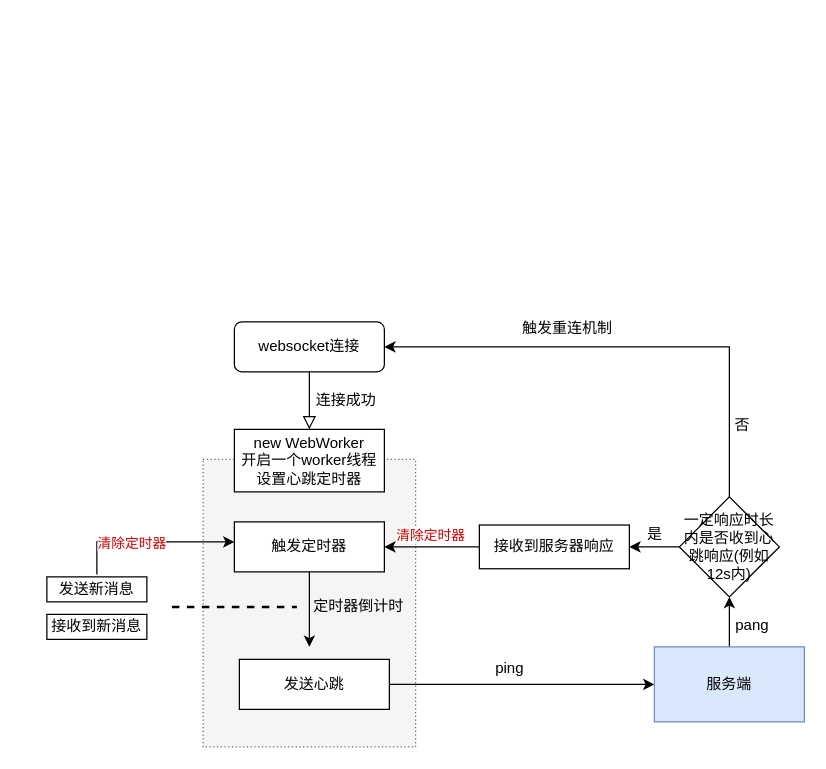
Above: IM.drawio in simqifeng/somenote (draw.io), before the change. Source tidied: cells renumbered, new cells numbered last; positions are measured from the earlier drawing's top-left corner, leaving out a move shared by most shapes. Both pictures are drawn from the tidied source at 125%, with x=0, y=0 at pixel (46, 309).
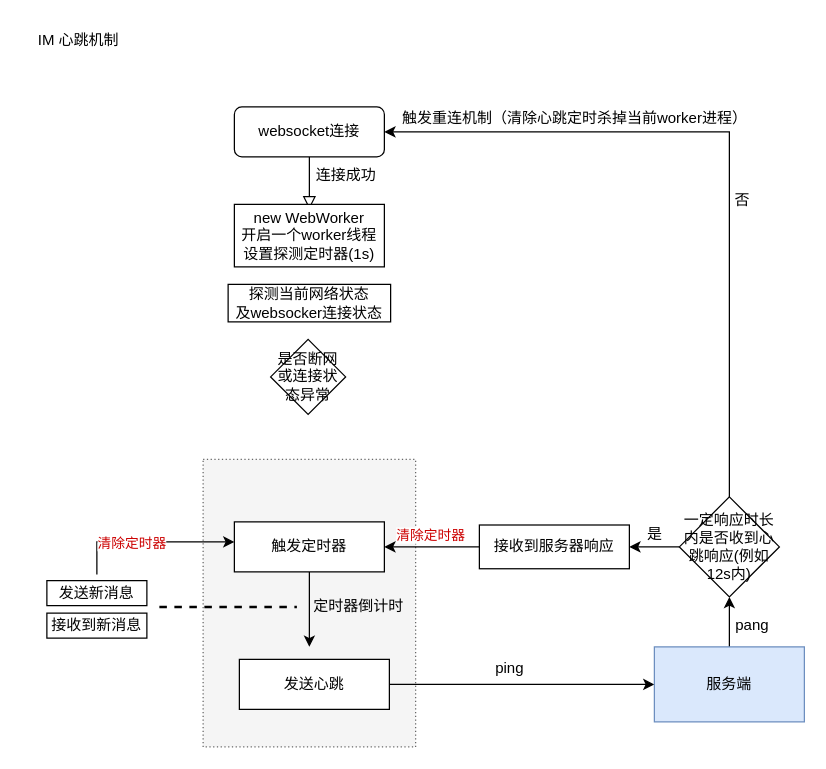
The same diagram, later.

Commit message:
更新IM心跳机制.drawio

The change refers to these unchanged cells:
```xml
<mxCell id="25" value="一定响应时长内是否收到心跳响应(例如12s内)" style="rhombus;whiteSpace=wrap;html=1;rounded=0;" parent="1" vertex="1">
  <mxGeometry x="506" y="150" width="80" height="80" as="geometry" />
</mxCell>
```

Change to the diagram source:
```diff
@@
-    <mxCell id="3" style="rounded=0;html=1;jettySize=auto;fontSize=11;endArrow=block;endFill=0;endSize=8;strokeWidth=1;shadow=0;labelBackgroundColor=none;edgeStyle=orthogonalEdgeStyle;entryX=0.5;entryY=0;entryDx=0;entryDy=0;" parent="1" edge="1" source="4" target="6">
-      <mxGeometry relative="1" as="geometry" />
+    <mxCell id="3" style="rounded=0;html=1;jettySize=auto;fontSize=11;endArrow=block;endFill=0;endSize=8;strokeWidth=1;shadow=0;labelBackgroundColor=none;edgeStyle=orthogonalEdgeStyle;" parent="1" edge="1" source="4">
+      <mxGeometry relative="1" as="geometry">
+        <mxPoint x="210" y="-80" as="targetPoint" />
+      </mxGeometry>
     </mxCell>
     <mxCell id="4" value="websocket连接" style="rounded=1;whiteSpace=wrap;html=1;fontSize=12;glass=0;strokeWidth=1;shadow=0;" parent="1" vertex="1">
-      <mxGeometry x="150" y="10" width="120" height="40" as="geometry" />
+      <mxGeometry x="150" y="-162" width="120" height="40" as="geometry" />
     </mxCell>
     <mxCell id="5" value="连接成功" style="text;html=1;align=center;verticalAlign=middle;strokeColor=none;fillColor=none;" parent="1" vertex="1">
-      <mxGeometry x="204" y="58" width="70" height="30" as="geometry" />
+      <mxGeometry x="204" y="-122" width="70" height="30" as="geometry" />
     </mxCell>
-    <mxCell id="6" value="new WebWorker&lt;br&gt;开启一个worker线程&lt;br&gt;设置心跳定时器" style="rounded=0;whiteSpace=wrap;html=1;" parent="1" vertex="1">
-      <mxGeometry x="150" y="96" width="120" height="50" as="geometry" />
+    <mxCell id="6" value="new WebWorker&lt;br&gt;开启一个worker线程&lt;br&gt;设置探测定时器(1s)" style="rounded=0;whiteSpace=wrap;html=1;" parent="1" vertex="1">
+      <mxGeometry x="150" y="-84" width="120" height="50" as="geometry" />
     </mxCell>
@@
-    <mxCell id="14" style="group;" parent="1" vertex="1">
-      <mxGeometry x="40" y="216" width="90" height="50" as="geometry" />
-    </mxCell>
-    <mxCell id="15" value="发送新消息" style="rounded=0;whiteSpace=wrap;html=1;" parent="14" vertex="1">
-      <mxGeometry x="-40" y="-2" width="80" height="20" as="geometry" />
-    </mxCell>
-    <mxCell id="16" value="接收到新消息" style="rounded=0;whiteSpace=wrap;html=1;" parent="14" vertex="1">
-      <mxGeometry x="-40" y="28" width="80" height="20" as="geometry" />
-    </mxCell>
     <mxCell id="17" style="line;strokeWidth=2;html=1;perimeter=backbonePerimeter;dashed=1;" parent="1" vertex="1">
-      <mxGeometry x="100" y="233" width="100" height="10" as="geometry" />
+      <mxGeometry x="90" y="233" width="110" height="10" as="geometry" />
     </mxCell>
@@
     <mxCell id="24" style="edgeStyle=orthogonalEdgeStyle;rounded=0;jettySize=auto;html=1;entryX=1;entryY=0.5;entryDx=0;entryDy=0;" parent="1" edge="1" source="25" target="4">
       <mxGeometry relative="1" as="geometry">
         <Array as="points">
-          <mxPoint x="546" y="30" />
+          <mxPoint x="546" y="-142" />
         </Array>
       </mxGeometry>
     </mxCell>
@@
-    <mxCell id="27" value="触发重连机制" style="text;html=1;align=center;verticalAlign=middle;strokeColor=none;fillColor=none;" parent="1" vertex="1">
-      <mxGeometry x="366" width="100" height="30" as="geometry" />
+    <mxCell id="27" value="触发重连机制（清除心跳定时杀掉当前worker进程）" style="text;html=1;align=center;verticalAlign=middle;strokeColor=none;fillColor=none;" parent="1" vertex="1">
+      <mxGeometry x="272" y="-168" width="300" height="30" as="geometry" />
     </mxCell>
     <mxCell id="28" value="否" style="text;html=1;align=center;verticalAlign=middle;strokeColor=none;fillColor=none;" parent="1" vertex="1">
-      <mxGeometry x="536" y="78" width="40" height="30" as="geometry" />
+      <mxGeometry x="536" y="-102" width="40" height="30" as="geometry" />
     </mxCell>
@@
+    <mxCell id="31" value="IM 心跳机制" style="text;html=1;align=center;verticalAlign=middle;strokeColor=none;fillColor=none;" parent="1" vertex="1">
+      <mxGeometry x="-20" y="-230" width="90" height="30" as="geometry" />
+    </mxCell>
+    <mxCell id="32" style="group;" parent="1" vertex="1">
+      <mxGeometry y="217" width="80" height="46" as="geometry" />
+    </mxCell>
+    <mxCell id="15" value="发送新消息" style="rounded=0;whiteSpace=wrap;html=1;" parent="32" vertex="1">
+      <mxGeometry width="80" height="20" as="geometry" />
+    </mxCell>
+    <mxCell id="16" value="接收到新消息" style="rounded=0;whiteSpace=wrap;html=1;" parent="32" vertex="1">
+      <mxGeometry y="26" width="80" height="20" as="geometry" />
+    </mxCell>
+    <mxCell id="33" value="探测当前网络状态&lt;br&gt;及websocker连接状态" style="rounded=0;whiteSpace=wrap;html=1;" parent="1" vertex="1">
+      <mxGeometry x="145" y="-20" width="130" height="30" as="geometry" />
+    </mxCell>
+    <mxCell id="34" value="是否断网或连接状态异常" style="rhombus;whiteSpace=wrap;html=1;" parent="1" vertex="1">
+      <mxGeometry x="179" y="24" width="60" height="60" as="geometry" />
+    </mxCell>
```
